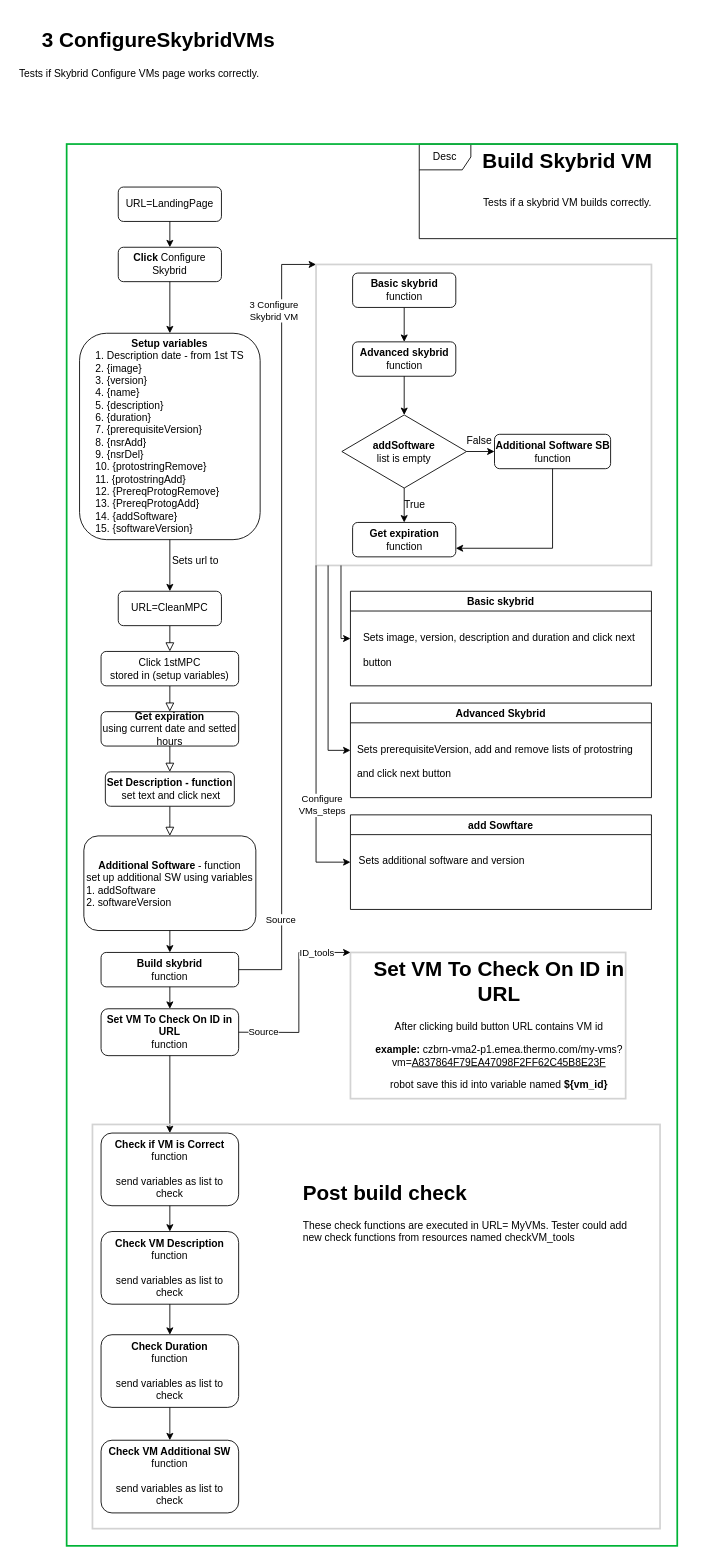
This is page "3 ConfigureSkybridVMs" (4 of 5) of 4_MyVMS.drawio from MartinBlazek6/Project, a draw.io file, before an edit. Source tidied: cells renumbered, new cells numbered last; positions are measured from the earlier drawing's top-left corner, leaving out a move shared by most shapes. Both pictures are drawn from the tidied source at 86%, with x=0, y=0 at pixel (15, 23).
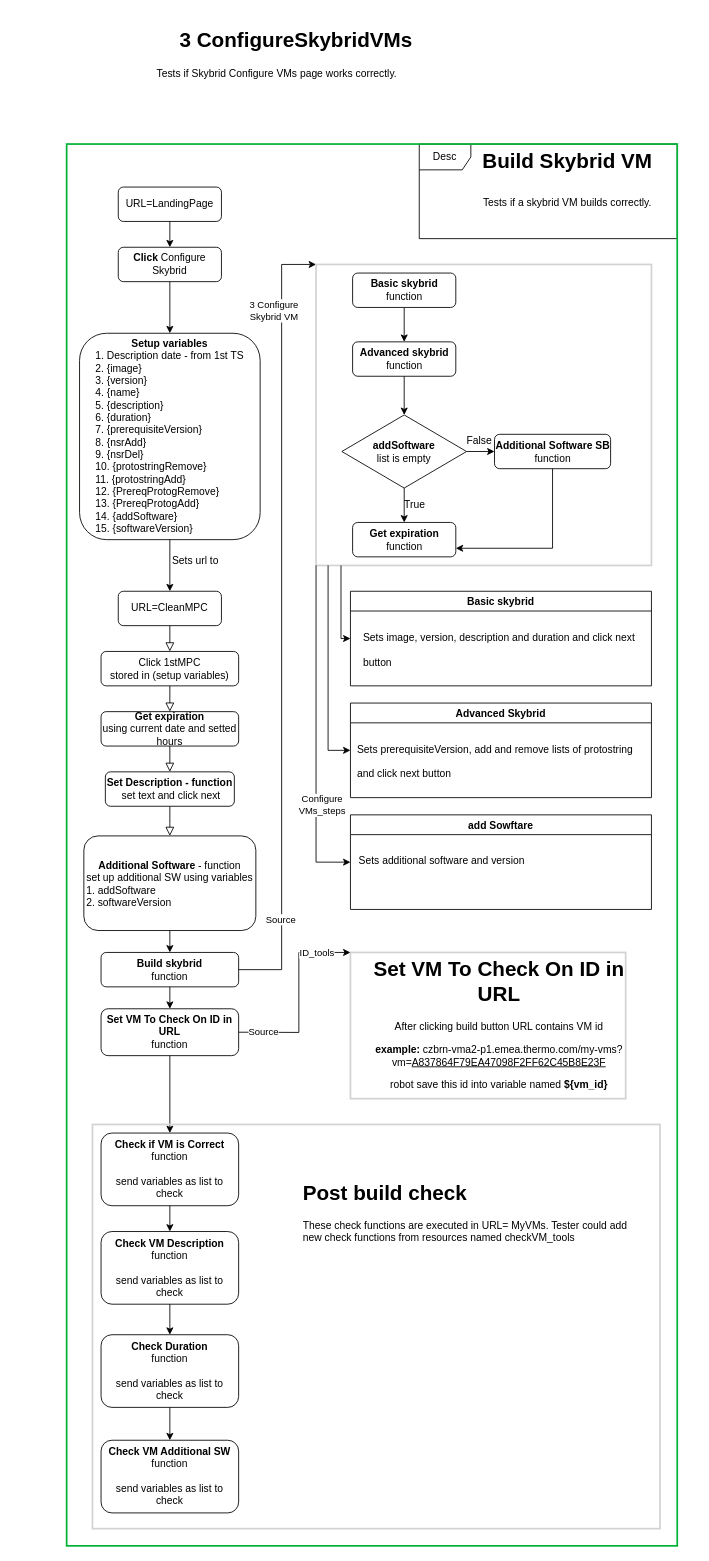
The same diagram, later.

The edit, as a diff of the source:
```diff
@@
-    <mxCell id="66" value="&lt;h1&gt;&lt;span style=&quot;white-space: pre&quot;&gt; &lt;/span&gt;&lt;span style=&quot;white-space: pre&quot;&gt; &lt;/span&gt;&lt;span style=&quot;white-space: pre&quot;&gt; &lt;/span&gt;&lt;span style=&quot;white-space: pre&quot;&gt; &lt;/span&gt;3 ConfigureSkybridVMs&lt;/h1&gt;&lt;p&gt;Tests if Skybrid Configure VMs page works correctly.&lt;/p&gt;" style="text;html=1;strokeColor=none;fillColor=none;spacing=5;spacingTop=-20;whiteSpace=wrap;overflow=hidden;rounded=0;fontSize=12;align=left;" parent="1" vertex="1">
+    <mxCell id="66" value="&lt;blockquote style=&quot;margin: 0 0 0 40px ; border: none ; padding: 0px&quot;&gt;&lt;blockquote style=&quot;margin: 0 0 0 40px ; border: none ; padding: 0px&quot;&gt;&lt;blockquote style=&quot;margin: 0 0 0 40px ; border: none ; padding: 0px&quot;&gt;&lt;blockquote style=&quot;margin: 0 0 0 40px ; border: none ; padding: 0px&quot;&gt;&lt;h1&gt;&lt;span style=&quot;white-space: pre&quot;&gt; &lt;/span&gt;&lt;span style=&quot;white-space: pre&quot;&gt; &lt;/span&gt;&lt;span style=&quot;white-space: pre&quot;&gt; &lt;/span&gt;&lt;span style=&quot;white-space: pre&quot;&gt; &lt;/span&gt;3 ConfigureSkybridVMs&lt;/h1&gt;&lt;/blockquote&gt;&lt;/blockquote&gt;&lt;/blockquote&gt;&lt;blockquote style=&quot;margin: 0 0 0 40px ; border: none ; padding: 0px&quot;&gt;&lt;blockquote style=&quot;margin: 0 0 0 40px ; border: none ; padding: 0px&quot;&gt;&lt;blockquote style=&quot;margin: 0 0 0 40px ; border: none ; padding: 0px&quot;&gt;&lt;p&gt;Tests if Skybrid Configure VMs page works correctly.&lt;/p&gt;&lt;/blockquote&gt;&lt;/blockquote&gt;&lt;/blockquote&gt;&lt;/blockquote&gt;" style="text;html=1;strokeColor=none;fillColor=none;spacing=5;spacingTop=-20;whiteSpace=wrap;overflow=hidden;rounded=0;fontSize=12;align=left;" parent="1" vertex="1">
       <mxGeometry width="790" height="120" as="geometry" />
     </mxCell>
```
